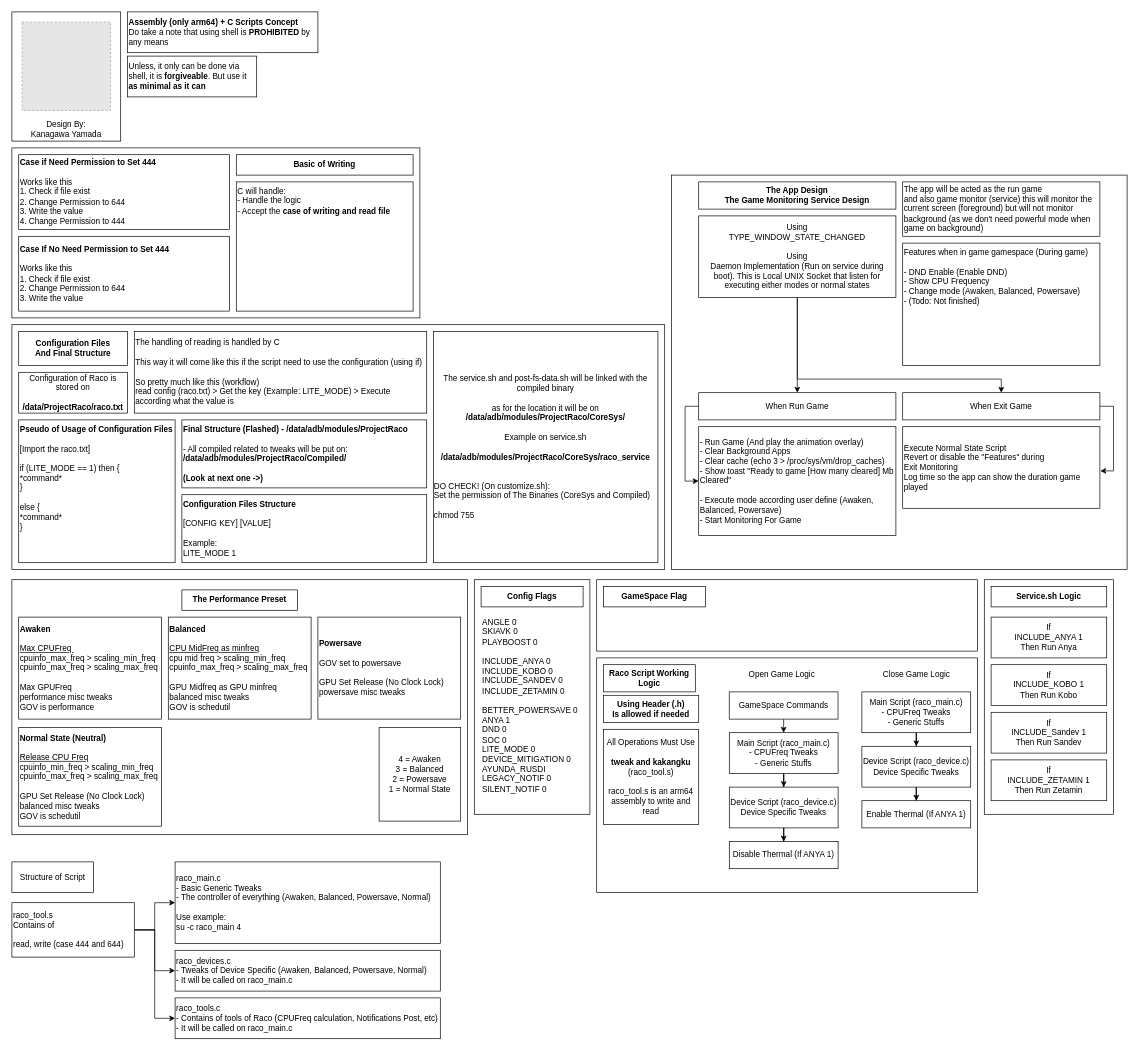
Above: Designs/Structure of Project Raco.drawio in LoggingNewMemory/Project-Raco (draw.io), before the change. Source tidied: cells renumbered, new cells numbered last; positions are measured from the earlier drawing's top-left corner, leaving out a move shared by most shapes. Both pictures are drawn from the tidied source at 68%, with x=0, y=0 at pixel (12, 12). Pictures stored in the file or linked from it are replaced by grey dashed boxes.
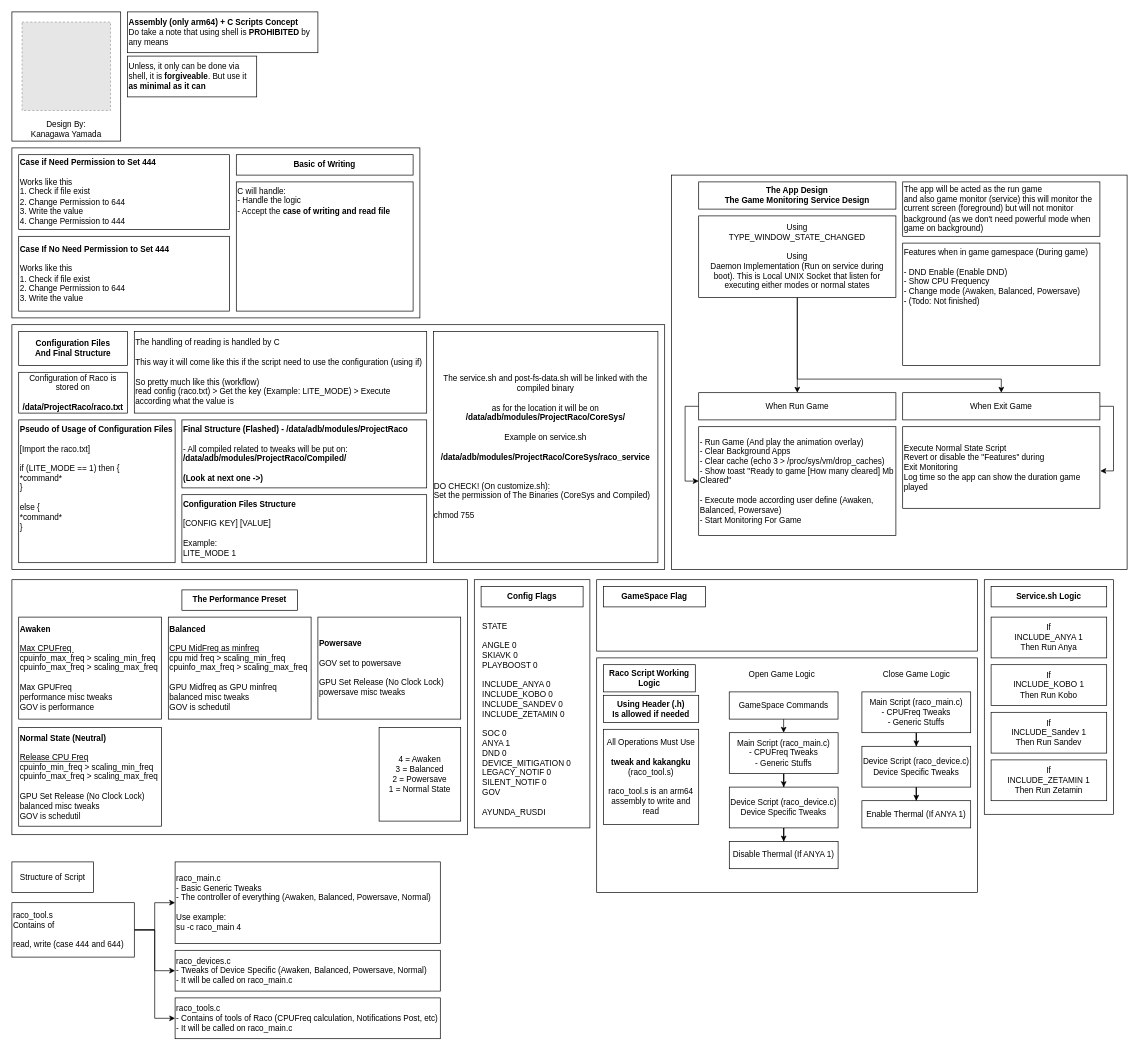
Above is the later version.

Commit message (it also covers changes not shown here):
raco_tools.c, migration of modes, fix typo in assembly

Diff of the diagram source:
```diff
@@
     <mxCell id="39" style="rounded=0;whiteSpace=wrap;html=1;" parent="1" vertex="1">
-      <mxGeometry x="680" y="835" width="170" height="345" as="geometry" />
+      <mxGeometry x="680" y="835" width="170" height="365" as="geometry" />
     </mxCell>
@@
-    <mxCell id="41" value="&lt;div&gt;&lt;div&gt;ANGLE 0&lt;/div&gt;&lt;div&gt;SKIAVK 0&lt;/div&gt;&lt;div&gt;PLAYBOOST 0&lt;/div&gt;&lt;/div&gt;&lt;div&gt;&lt;br&gt;&lt;/div&gt;&lt;div&gt;INCLUDE_ANYA 0&lt;/div&gt;&lt;div&gt;INCLUDE_KOBO 0&lt;/div&gt;&lt;div&gt;INCLUDE_SANDEV 0&lt;/div&gt;&lt;div&gt;INCLUDE_ZETAMIN 0&lt;/div&gt;&lt;div&gt;&lt;br&gt;&lt;/div&gt;&lt;div&gt;&lt;div&gt;BETTER_POWERSAVE 0&lt;/div&gt;&lt;div&gt;ANYA 1&lt;/div&gt;&lt;div&gt;DND 0&lt;/div&gt;&lt;div&gt;SOC 0&lt;/div&gt;&lt;div&gt;LITE_MODE 0&lt;/div&gt;&lt;div&gt;DEVICE_MITIGATION 0&lt;/div&gt;&lt;div&gt;AYUNDA_RUSDI&amp;nbsp;&lt;/div&gt;&lt;div&gt;LEGACY_NOTIF 0&lt;/div&gt;&lt;div&gt;SILENT_NOTIF 0&lt;/div&gt;&lt;/div&gt;" style="text;html=1;whiteSpace=wrap;strokeColor=none;fillColor=none;align=left;verticalAlign=middle;rounded=0;" parent="1" vertex="1">
-      <mxGeometry x="690" y="890" width="150" height="260" as="geometry" />
+    <mxCell id="41" value="&lt;div&gt;STATE&amp;nbsp;&lt;/div&gt;&lt;div&gt;&lt;br&gt;&lt;/div&gt;&lt;div&gt;ANGLE 0&lt;/div&gt;&lt;div&gt;SKIAVK 0&lt;/div&gt;&lt;div&gt;PLAYBOOST 0&lt;/div&gt;&lt;div&gt;&lt;br&gt;&lt;/div&gt;&lt;div&gt;INCLUDE_ANYA 0&lt;/div&gt;&lt;div&gt;INCLUDE_KOBO 0&lt;/div&gt;&lt;div&gt;INCLUDE_SANDEV 0&lt;/div&gt;&lt;div&gt;INCLUDE_ZETAMIN 0&lt;/div&gt;&lt;div&gt;&lt;br&gt;&lt;/div&gt;&lt;div&gt;SOC 0&lt;/div&gt;&lt;div&gt;ANYA 1&lt;/div&gt;&lt;div&gt;DND 0&lt;/div&gt;&lt;div&gt;DEVICE_MITIGATION 0&lt;/div&gt;&lt;div&gt;LEGACY_NOTIF 0&lt;/div&gt;&lt;div&gt;SILENT_NOTIF 0&lt;/div&gt;&lt;div&gt;GOV&lt;/div&gt;&lt;div&gt;&lt;br&gt;&lt;/div&gt;&lt;div&gt;AYUNDA_RUSDI&lt;/div&gt;" style="text;html=1;whiteSpace=wrap;strokeColor=none;fillColor=none;align=left;verticalAlign=middle;rounded=0;" parent="1" vertex="1">
+      <mxGeometry x="690" y="890" width="150" height="300" as="geometry" />
     </mxCell>
```
